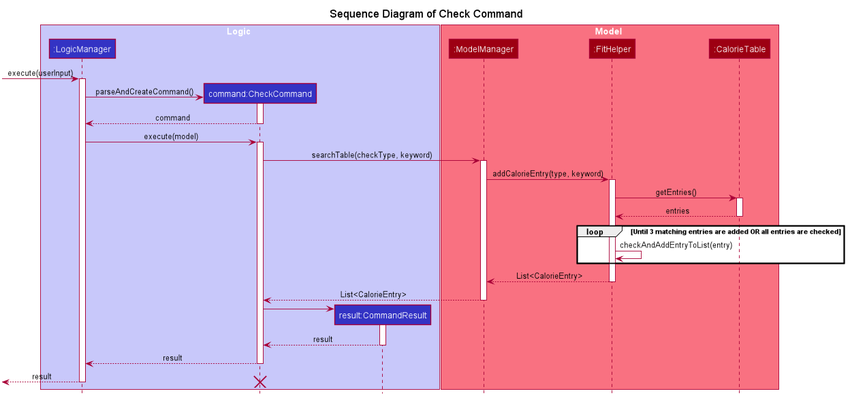
The PlantUML diagram images/SequenceDiagramForCheckCommand.png in AY1920S2-CS2103-T09-4/main, before a commit.
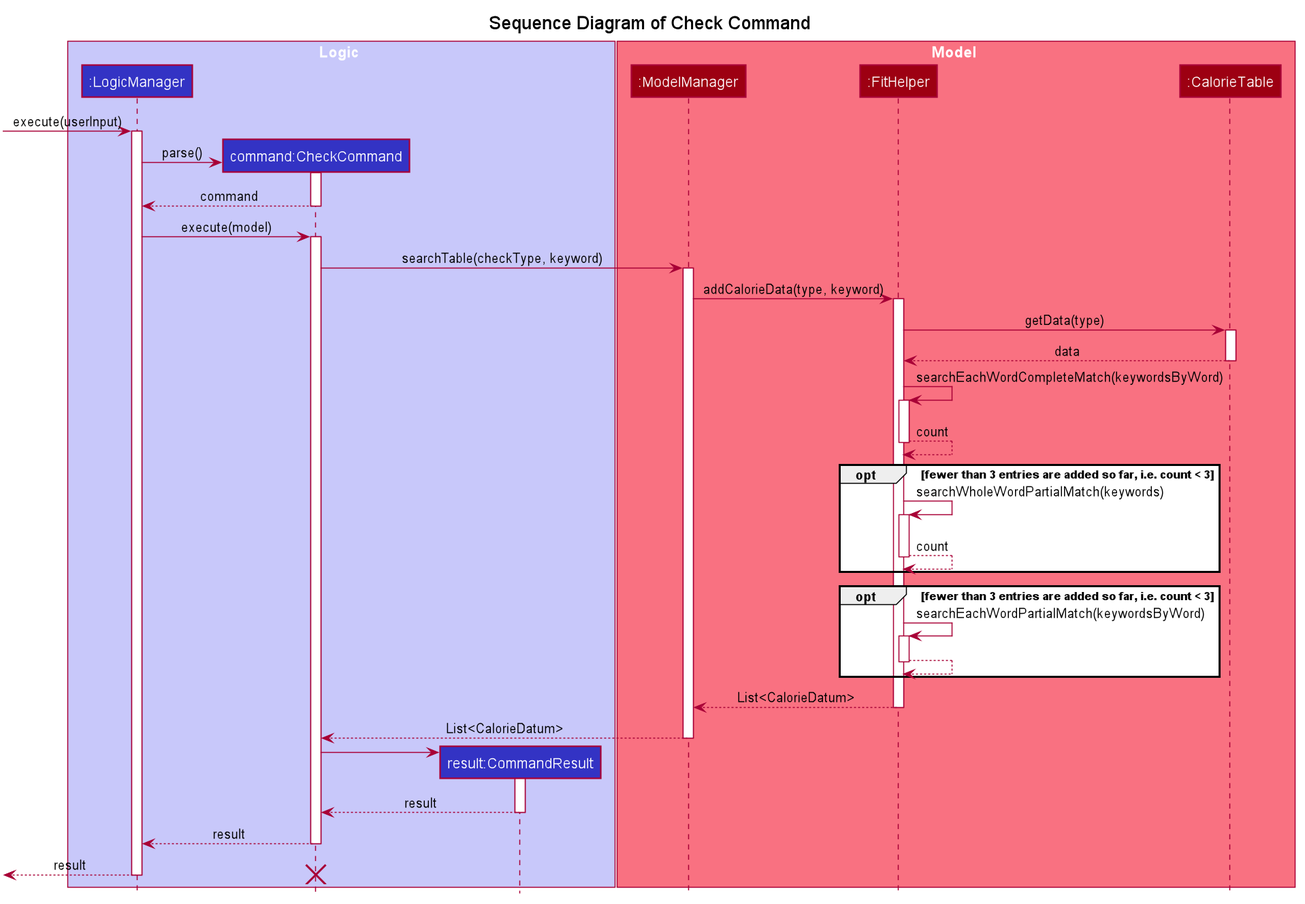
Later version of the same file.

What changed in the source:
```diff
@@ -54,7 +54,6 @@
 participant ":LogicManager" as LogicManager #3333C4
 participant "command:CheckCommand" as CheckCommand #3333C4
 participant "result:CommandResult" as Result #3333C4
-
 end box
 
 box Model #F97181
@@ -67,29 +66,43 @@
 activate LogicManager
 
 create CheckCommand
-LogicManager -> CheckCommand : parseAndCreateCommand()
+LogicManager -> CheckCommand : parse()
 activate CheckCommand
 LogicManager <-- CheckCommand : command
 deactivate
+
 
 LogicManager -> CheckCommand : execute(model)
 activate CheckCommand
 CheckCommand -> ModelManager : searchTable(checkType, keyword)
 activate ModelManager
-ModelManager -> FitHelper : addCalorieEntry(type, keyword)
+ModelManager -> FitHelper : addCalorieData(type, keyword)
 activate FitHelper
-FitHelper -> CalorieTable : getEntries()
+FitHelper -> CalorieTable : getData(type)
 activate CalorieTable
-FitHelper <-- CalorieTable : entries
+FitHelper <-- CalorieTable : data
 deactivate
 
-loop Until 3 matching entries are added OR all entries are checked
-FitHelper -> FitHelper : checkAndAddEntryToList(entry)
+FitHelper -> FitHelper : searchEachWordCompleteMatch(keywordsByWord)
+activate FitHelper
+FitHelper --> FitHelper : count
+deactivate
+opt fewer than 3 entries are added so far, i.e. count < 3
+FitHelper -> FitHelper : searchWholeWordPartialMatch(keywords)
+activate FitHelper
+FitHelper --> FitHelper : count
+deactivate
+end
+opt fewer than 3 entries are added so far, i.e. count < 3
+FitHelper -> FitHelper : searchEachWordPartialMatch(keywordsByWord)
+activate FitHelper
+FitHelper --> FitHelper :
+deactivate
 end
 
-FitHelper --> ModelManager : List<CalorieEntry>
+FitHelper --> ModelManager : List<CalorieDatum>
 deactivate FitHelper
-ModelManager --> CheckCommand : List<CalorieEntry>
+ModelManager --> CheckCommand : List<CalorieDatum>
 deactivate ModelManager
 create Result
 CheckCommand -> Result
```
